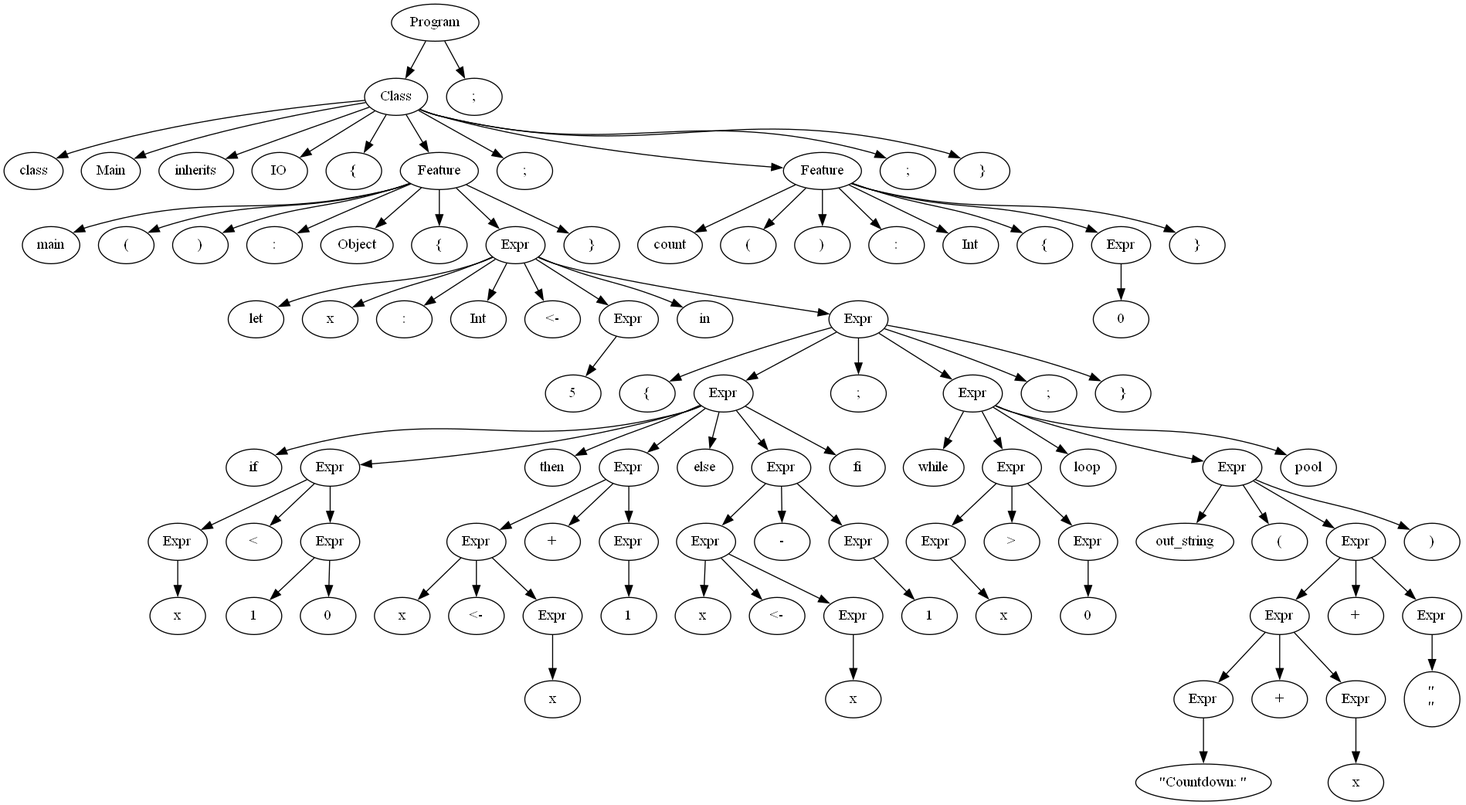
The Graphviz diagram output.gv.png in Manuel-Archila/Proyecto0_CC, before a commit. Its source is kept beside it as output.gv.
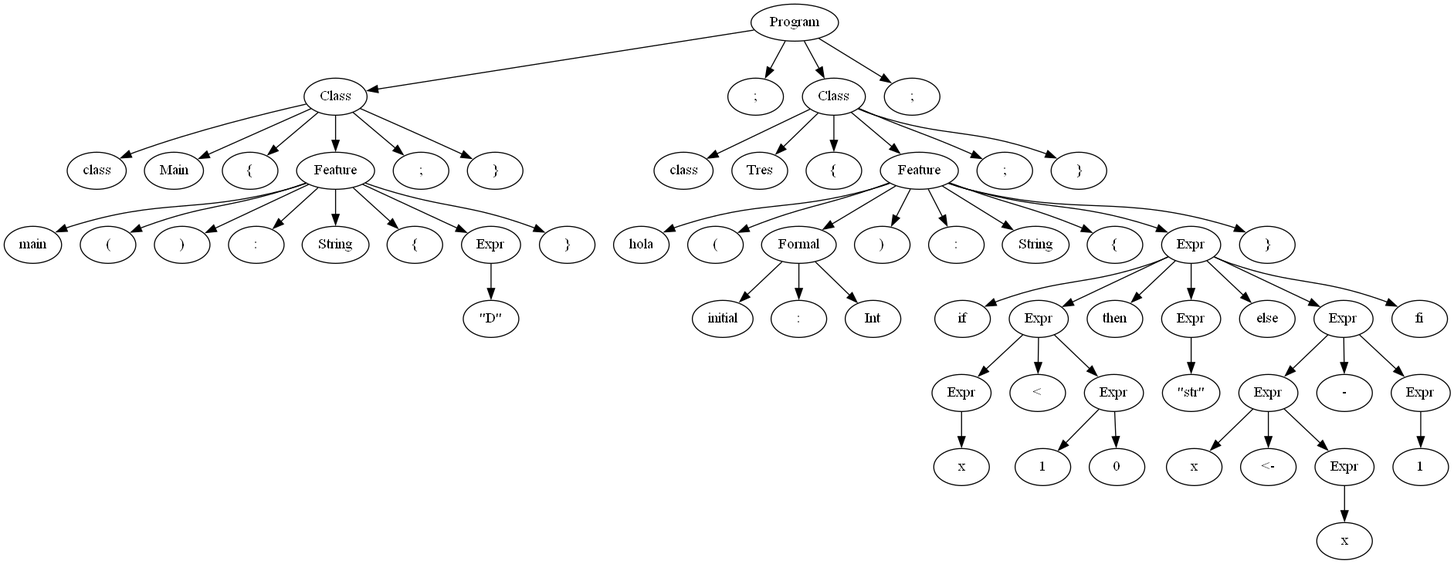
After the change.

Change to the diagram source:
```diff
@@ -7,189 +7,115 @@
 	1 -> 3
 	3 [label=Main]
 	1 -> 4
-	4 [label=inherits]
+	4 [label="{"]
 	1 -> 5
-	5 [label=IO]
-	1 -> 6
-	6 [label="{"]
-	1 -> 7
-	7 [label=Feature]
-	7 -> 8
-	8 [label=main]
-	7 -> 9
-	9 [label="("]
-	7 -> 10
-	10 [label=")"]
-	7 -> 11
-	11 [label=":"]
-	7 -> 12
-	12 [label=Object]
-	7 -> 13
-	13 [label="{"]
-	7 -> 14
-	14 [label=Expr]
-	14 -> 15
-	15 [label=let]
-	14 -> 16
-	16 [label=x]
-	14 -> 17
-	17 [label=":"]
-	14 -> 18
-	18 [label=Int]
-	14 -> 19
-	19 [label="<-"]
-	14 -> 20
-	20 [label=Expr]
-	20 -> 21
-	21 [label=5]
-	14 -> 22
-	22 [label=in]
-	14 -> 23
-	23 [label=Expr]
-	23 -> 24
-	24 [label="{"]
-	23 -> 25
-	25 [label=Expr]
+	5 [label=Feature]
+	5 -> 6
+	6 [label=main]
+	5 -> 7
+	7 [label="("]
+	5 -> 8
+	8 [label=")"]
+	5 -> 9
+	9 [label=":"]
+	5 -> 10
+	10 [label=String]
+	5 -> 11
+	11 [label="{"]
+	5 -> 12
+	12 [label=Expr]
+	12 -> 13
+	13 [label="\"D\""]
+	5 -> 14
+	14 [label="}"]
+	1 -> 15
+	15 [label=";"]
+	1 -> 16
+	16 [label="}"]
+	0 -> 17
+	17 [label=";"]
+	0 -> 18
+	18 [label=Class]
+	18 -> 19
+	19 [label=class]
+	18 -> 20
+	20 [label=Tres]
+	18 -> 21
+	21 [label="{"]
+	18 -> 22
+	22 [label=Feature]
+	22 -> 23
+	23 [label=hola]
+	22 -> 24
+	24 [label="("]
+	22 -> 25
+	25 [label=Formal]
 	25 -> 26
-	26 [label=if]
+	26 [label=initial]
 	25 -> 27
-	27 [label=Expr]
-	27 -> 28
-	28 [label=Expr]
-	28 -> 29
-	29 [label=x]
-	27 -> 30
-	30 [label="<"]
-	27 -> 31
-	31 [label=Expr]
-	31 -> 32
-	32 [label=1]
-	31 -> 33
-	33 [label=0]
-	25 -> 34
-	34 [label=then]
-	25 -> 35
+	27 [label=":"]
+	25 -> 28
+	28 [label=Int]
+	22 -> 29
+	29 [label=")"]
+	22 -> 30
+	30 [label=":"]
+	22 -> 31
+	31 [label=String]
+	22 -> 32
+	32 [label="{"]
+	22 -> 33
+	33 [label=Expr]
+	33 -> 34
+	34 [label=if]
+	33 -> 35
 	35 [label=Expr]
 	35 -> 36
 	36 [label=Expr]
 	36 -> 37
 	37 [label=x]
-	36 -> 38
-	38 [label="<-"]
-	36 -> 39
+	35 -> 38
+	38 [label="<"]
+	35 -> 39
 	39 [label=Expr]
 	39 -> 40
-	40 [label=x]
-	35 -> 41
-	41 [label="+"]
-	35 -> 42
-	42 [label=Expr]
-	42 -> 43
-	43 [label=1]
-	25 -> 44
-	44 [label=else]
-	25 -> 45
-	45 [label=Expr]
-	45 -> 46
+	40 [label=1]
+	39 -> 41
+	41 [label=0]
+	33 -> 42
+	42 [label=then]
+	33 -> 43
+	43 [label=Expr]
+	43 -> 44
+	44 [label="\"str\""]
+	33 -> 45
+	45 [label=else]
+	33 -> 46
 	46 [label=Expr]
 	46 -> 47
-	47 [label=x]
-	46 -> 48
-	48 [label="<-"]
-	46 -> 49
-	49 [label=Expr]
-	49 -> 50
-	50 [label=x]
-	45 -> 51
-	51 [label="-"]
-	45 -> 52
-	52 [label=Expr]
-	52 -> 53
-	53 [label=1]
-	25 -> 54
-	54 [label=fi]
-	23 -> 55
-	55 [label=";"]
-	23 -> 56
-	56 [label=Expr]
-	56 -> 57
-	57 [label=while]
-	56 -> 58
-	58 [label=Expr]
-	58 -> 59
-	59 [label=Expr]
-	59 -> 60
-	60 [label=x]
-	58 -> 61
-	61 [label=">"]
-	58 -> 62
-	62 [label=Expr]
-	62 -> 63
-	63 [label=0]
-	56 -> 64
-	64 [label=loop]
-	56 -> 65
-	65 [label=Expr]
-	65 -> 66
-	66 [label=out_string]
-	65 -> 67
-	67 [label="("]
-	65 -> 68
-	68 [label=Expr]
-	68 -> 69
-	69 [label=Expr]
-	69 -> 70
-	70 [label=Expr]
-	70 -> 71
-	71 [label="\"Countdown: \""]
-	69 -> 72
-	72 [label="+"]
-	69 -> 73
-	73 [label=Expr]
-	73 -> 74
-	74 [label=x]
-	68 -> 75
-	75 [label="+"]
-	68 -> 76
-	76 [label=Expr]
-	76 -> 77
-	77 [label="\"\n\""]
-	65 -> 78
-	78 [label=")"]
-	56 -> 79
-	79 [label=pool]
-	23 -> 80
-	80 [label=";"]
-	23 -> 81
-	81 [label="}"]
-	7 -> 82
-	82 [label="}"]
-	1 -> 83
-	83 [label=";"]
-	1 -> 84
-	84 [label=Feature]
-	84 -> 85
-	85 [label=count]
-	84 -> 86
-	86 [label="("]
-	84 -> 87
-	87 [label=")"]
-	84 -> 88
-	88 [label=":"]
-	84 -> 89
-	89 [label=Int]
-	84 -> 90
-	90 [label="{"]
-	84 -> 91
-	91 [label=Expr]
-	91 -> 92
-	92 [label=0]
-	84 -> 93
-	93 [label="}"]
-	1 -> 94
-	94 [label=";"]
-	1 -> 95
-	95 [label="}"]
-	0 -> 96
-	96 [label=";"]
+	47 [label=Expr]
+	47 -> 48
+	48 [label=x]
+	47 -> 49
+	49 [label="<-"]
+	47 -> 50
+	50 [label=Expr]
+	50 -> 51
+	51 [label=x]
+	46 -> 52
+	52 [label="-"]
+	46 -> 53
+	53 [label=Expr]
+	53 -> 54
+	54 [label=1]
+	33 -> 55
+	55 [label=fi]
+	22 -> 56
+	56 [label="}"]
+	18 -> 57
+	57 [label=";"]
+	18 -> 58
+	58 [label="}"]
+	0 -> 59
+	59 [label=";"]
 }
```
